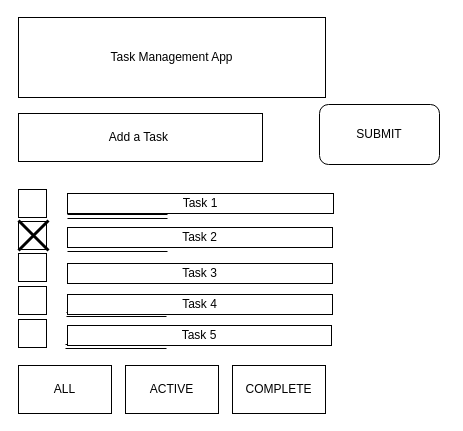
This is page "Todos View" (1 of 2) of Untitled Diagram.drawio from anelsonf5c/todo-list-app, a draw.io file, before an edit. Source tidied: cells renumbered, new cells numbered last; positions are measured from the earlier drawing's top-left corner, leaving out a move shared by most shapes. Both pictures are drawn from the tidied source at 100%, with x=0, y=0 at pixel (18, 17).
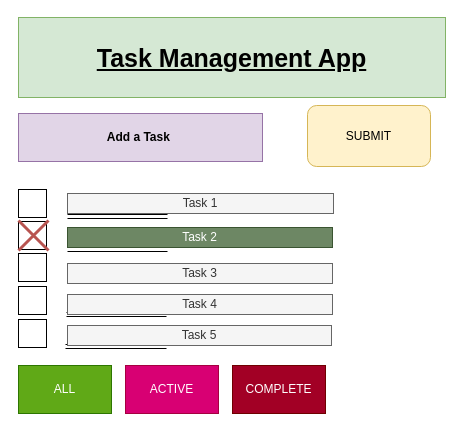
Above is the later version.

Diff of the diagram source:
```diff
@@
-    <mxCell id="2" value="Task Management App" style="rounded=0;whiteSpace=wrap;html=1;" parent="1" vertex="1">
-      <mxGeometry width="307" height="80" as="geometry" />
+    <mxCell id="2" value="&lt;b&gt;&lt;font style=&quot;font-size: 25px;&quot;&gt;&lt;u&gt;Task Management App&lt;/u&gt;&lt;/font&gt;&lt;/b&gt;" style="rounded=0;whiteSpace=wrap;html=1;fillColor=#d5e8d4;strokeColor=#82b366;" parent="1" vertex="1">
+      <mxGeometry width="427" height="80" as="geometry" />
     </mxCell>
-    <mxCell id="3" value="&amp;nbsp;Add a Task&amp;nbsp;&amp;nbsp;" style="rounded=0;whiteSpace=wrap;html=1;" parent="1" vertex="1">
+    <mxCell id="3" value="&lt;b&gt;&amp;nbsp;Add a Task&amp;nbsp;&amp;nbsp;&lt;/b&gt;" style="rounded=0;whiteSpace=wrap;html=1;fillColor=#e1d5e7;strokeColor=#9673a6;" parent="1" vertex="1">
       <mxGeometry y="96" width="244" height="48" as="geometry" />
     </mxCell>
-    <mxCell id="4" value="SUBMIT" style="rounded=1;whiteSpace=wrap;html=1;" parent="1" vertex="1">
-      <mxGeometry x="301" y="87" width="120" height="60" as="geometry" />
+    <mxCell id="4" value="SUBMIT" style="rounded=1;whiteSpace=wrap;html=1;fillColor=#fff2cc;strokeColor=#d6b656;" parent="1" vertex="1">
+      <mxGeometry x="289" y="88" width="123" height="61" as="geometry" />
     </mxCell>
@@
-    <mxCell id="14" value="Task 1" style="rounded=0;whiteSpace=wrap;html=1;" parent="1" vertex="1">
+    <mxCell id="14" value="Task 1" style="rounded=0;whiteSpace=wrap;html=1;fillColor=#f5f5f5;fontColor=#333333;strokeColor=#666666;" parent="1" vertex="1">
       <mxGeometry x="49" y="176" width="266" height="20" as="geometry" />
     </mxCell>
-    <mxCell id="15" value="Task 2" style="rounded=0;whiteSpace=wrap;html=1;" parent="1" vertex="1">
+    <mxCell id="15" value="Task 2" style="rounded=0;whiteSpace=wrap;html=1;fillColor=#6d8764;fontColor=#ffffff;strokeColor=#3A5431;" parent="1" vertex="1">
       <mxGeometry x="49" y="210" width="265" height="20" as="geometry" />
     </mxCell>
-    <mxCell id="16" value="Task 3" style="rounded=0;whiteSpace=wrap;html=1;" parent="1" vertex="1">
+    <mxCell id="16" value="Task 3" style="rounded=0;whiteSpace=wrap;html=1;fillColor=#f5f5f5;fontColor=#333333;strokeColor=#666666;" parent="1" vertex="1">
       <mxGeometry x="49" y="246" width="265" height="20" as="geometry" />
     </mxCell>
-    <mxCell id="17" value="Task 4" style="rounded=0;whiteSpace=wrap;html=1;" parent="1" vertex="1">
+    <mxCell id="17" value="Task 4" style="rounded=0;whiteSpace=wrap;html=1;fillColor=#f5f5f5;fontColor=#333333;strokeColor=#666666;" parent="1" vertex="1">
       <mxGeometry x="49" y="277" width="265" height="20" as="geometry" />
     </mxCell>
-    <mxCell id="18" value="Task 5" style="rounded=0;whiteSpace=wrap;html=1;" parent="1" vertex="1">
+    <mxCell id="18" value="Task 5" style="rounded=0;whiteSpace=wrap;html=1;fillColor=#f5f5f5;fontColor=#333333;strokeColor=#666666;" parent="1" vertex="1">
       <mxGeometry x="49" y="308" width="264" height="20" as="geometry" />
     </mxCell>
-    <mxCell id="19" value="ALL" style="rounded=0;whiteSpace=wrap;html=1;" parent="1" vertex="1">
+    <mxCell id="19" value="ALL" style="rounded=0;whiteSpace=wrap;html=1;fillColor=#60a917;fontColor=#ffffff;strokeColor=#2D7600;" parent="1" vertex="1">
       <mxGeometry y="348" width="93" height="48" as="geometry" />
     </mxCell>
-    <mxCell id="20" value="ACTIVE" style="rounded=0;whiteSpace=wrap;html=1;" parent="1" vertex="1">
+    <mxCell id="20" value="ACTIVE" style="rounded=0;whiteSpace=wrap;html=1;fillColor=#d80073;fontColor=#ffffff;strokeColor=#A50040;" parent="1" vertex="1">
       <mxGeometry x="107" y="348" width="93" height="48" as="geometry" />
     </mxCell>
-    <mxCell id="21" value="COMPLETE" style="rounded=0;whiteSpace=wrap;html=1;" parent="1" vertex="1">
+    <mxCell id="21" value="COMPLETE" style="rounded=0;whiteSpace=wrap;html=1;fillColor=#a20025;fontColor=#ffffff;strokeColor=#6F0000;" parent="1" vertex="1">
       <mxGeometry x="214" y="348" width="93" height="48" as="geometry" />
     </mxCell>
-    <mxCell id="22" style="shape=umlDestroy;whiteSpace=wrap;html=1;strokeWidth=3;targetShapes=umlLifeline;" parent="1" vertex="1">
+    <mxCell id="22" style="shape=umlDestroy;whiteSpace=wrap;html=1;strokeWidth=3;targetShapes=umlLifeline;fillColor=#f8cecc;strokeColor=#b85450;" parent="1" vertex="1">
       <mxGeometry y="203" width="30" height="30" as="geometry" />
     </mxCell>
+    <mxCell id="23" style="edgeStyle=none;curved=1;rounded=0;orthogonalLoop=1;jettySize=auto;html=1;exitX=1;exitY=1;exitDx=0;exitDy=0;fontSize=12;startSize=8;endSize=8;" parent="1" edge="1" source="4" target="4">
+      <mxGeometry relative="1" as="geometry" />
+    </mxCell>
```
